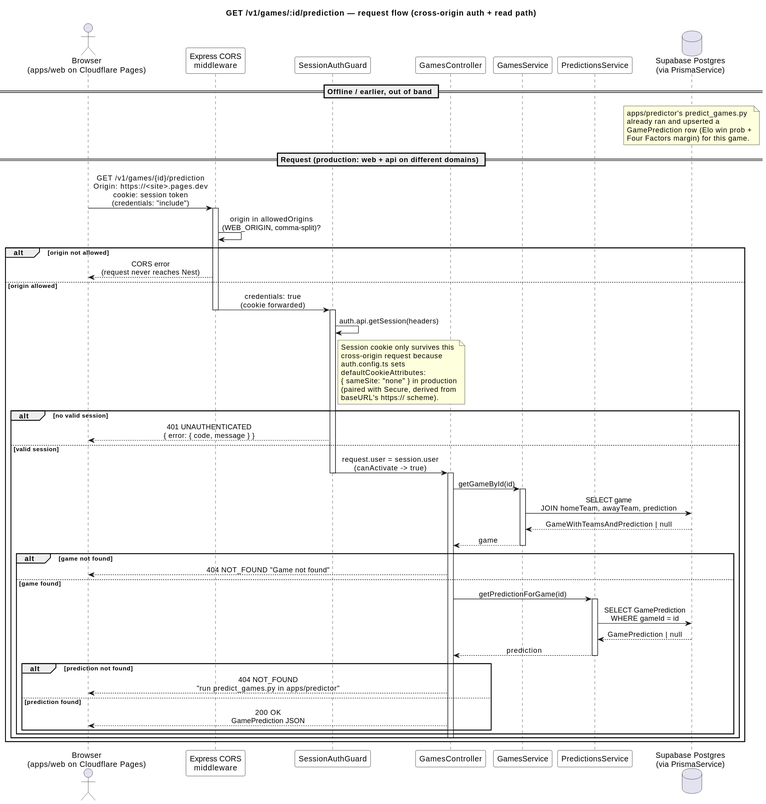
Sports-Analytics-Innovation-Platform/Innovation-Documentation-Website keeps this PlantUML diagram as docs/design/diagrams/sequence-game-prediction.svg. Above is the earlier version.
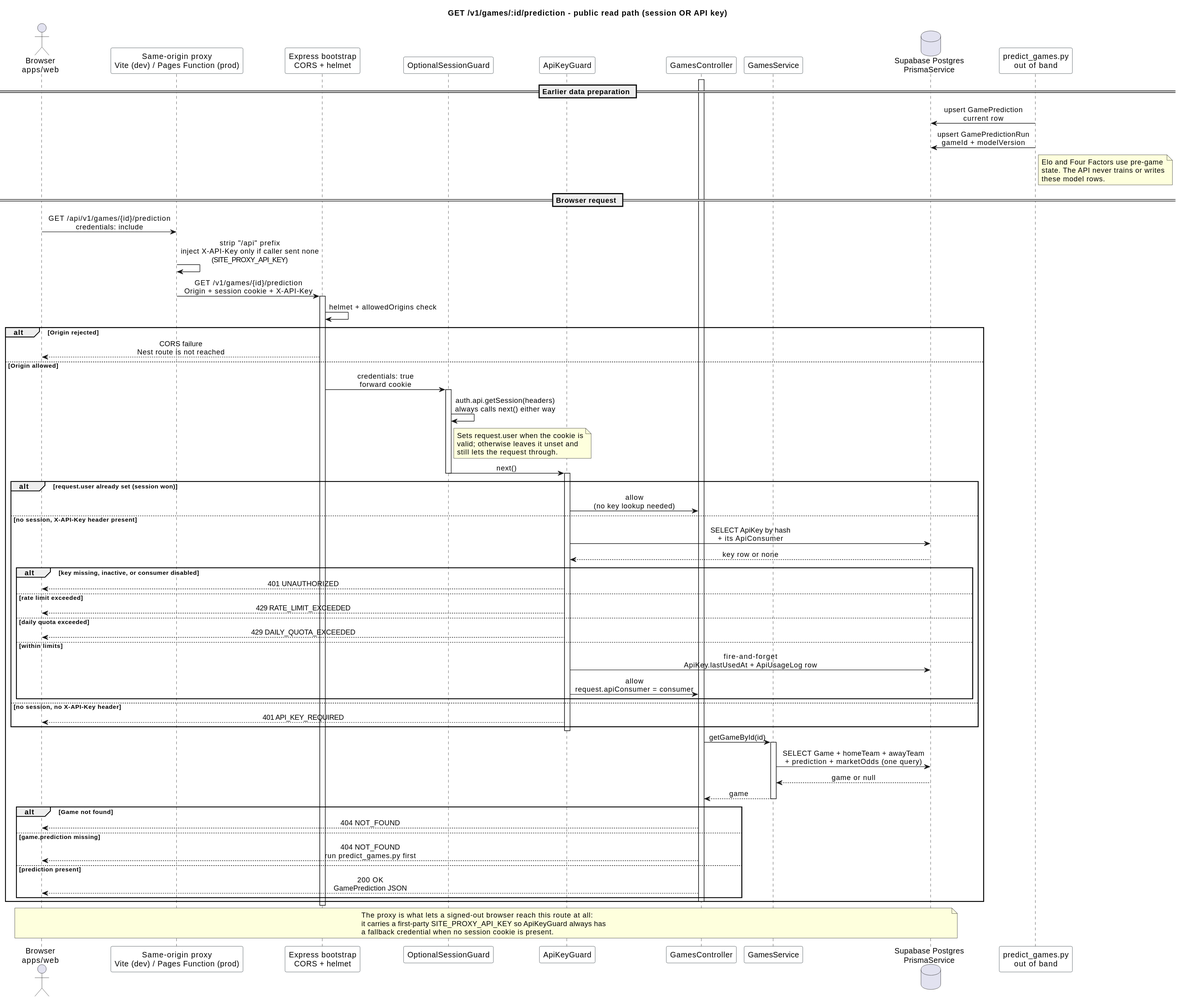
Above is the later version.

Diff of the diagram source:
```diff
@@ -1,82 +1,93 @@
 @startuml
-title GET /v1/games/:id/prediction — request flow (cross-origin auth + read path)
+title GET /v1/games/:id/prediction - public read path (session OR API key)
 
 skinparam shadowing false
 skinparam sequenceMessageAlign center
+skinparam responseMessageBelowArrow true
 skinparam participant {
   BackgroundColor White
-  BorderColor Black
+  BorderColor #263238
 }
 
-actor "Browser\n(apps/web on Cloudflare Pages)" as Browser
-participant "Express CORS\nmiddleware" as Cors
-participant "SessionAuthGuard" as Guard
+actor "Browser\napps/web" as Browser
+participant "Same-origin proxy\nVite (dev) / Pages Function (prod)" as Proxy
+participant "Express bootstrap\nCORS + helmet" as Express
+participant "OptionalSessionGuard" as OptSession
+participant "ApiKeyGuard" as ApiKeyGuard
 participant "GamesController" as Controller
-participant "GamesService" as GamesSvc
-participant "PredictionsService" as PredSvc
-database "Supabase Postgres\n(via PrismaService)" as DB
+participant "GamesService" as Games
+database "Supabase Postgres\nPrismaService" as DB
+participant "predict_games.py\nout of band" as Predictor
 
-== Offline / earlier, out of band ==
-note over DB
-  apps/predictor's predict_games.py
-  already ran and upserted a
-  GamePrediction row (Elo win prob +
-  Four Factors margin) for this game.
+== Earlier data preparation ==
+Predictor -> DB : upsert GamePrediction\ncurrent row
+Predictor -> DB : upsert GamePredictionRun\ngameId + modelVersion
+note right of Predictor
+  Elo and Four Factors use pre-game
+  state. The API never trains or writes
+  these model rows.
 end note
 
-== Request (production: web + api on different domains) ==
-Browser -> Cors : GET /v1/games/{id}/prediction\nOrigin: https://<site>.pages.dev\ncookie: session token\n(credentials: "include")
-activate Cors
-Cors -> Cors : origin in allowedOrigins\n(WEB_ORIGIN, comma-split)?
+== Browser request ==
+Browser -> Proxy : GET /api/v1/games/{id}/prediction\ncredentials: include
+Proxy -> Proxy : strip "/api" prefix\ninject X-API-Key only if caller sent none\n(SITE_PROXY_API_KEY)
+Proxy -> Express : GET /v1/games/{id}/prediction\nOrigin + session cookie + X-API-Key
+activate Express
+Express -> Express : helmet + allowedOrigins check
+alt Origin rejected
+  Express --> Browser : CORS failure\nNest route is not reached
+else Origin allowed
+  Express -> OptSession : credentials: true\nforward cookie
+  activate OptSession
+  OptSession -> OptSession : auth.api.getSession(headers)\nalways calls next() either way
+  note right of OptSession
+    Sets request.user when the cookie is
+    valid; otherwise leaves it unset and
+    still lets the request through.
+  end note
+  OptSession -> ApiKeyGuard : next()
+  deactivate OptSession
+  activate ApiKeyGuard
+  alt request.user already set (session won)
+    ApiKeyGuard -> Controller : allow\n(no key lookup needed)
+  else no session, X-API-Key header present
+    ApiKeyGuard -> DB : SELECT ApiKey by hash\n+ its ApiConsumer
+    DB --> ApiKeyGuard : key row or none
+    alt key missing, inactive, or consumer disabled
+      ApiKeyGuard --> Browser : 401 UNAUTHORIZED
+    else rate limit exceeded
+      ApiKeyGuard --> Browser : 429 RATE_LIMIT_EXCEEDED
+    else daily quota exceeded
+      ApiKeyGuard --> Browser : 429 DAILY_QUOTA_EXCEEDED
+    else within limits
+      ApiKeyGuard -> DB : fire-and-forget\nApiKey.lastUsedAt + ApiUsageLog row
+      ApiKeyGuard -> Controller : allow\nrequest.apiConsumer = consumer
+    end
+  else no session, no X-API-Key header
+    ApiKeyGuard --> Browser : 401 API_KEY_REQUIRED
+  end
+  deactivate ApiKeyGuard
+  activate Controller
+  Controller -> Games : getGameById(id)
+  activate Games
+  Games -> DB : SELECT Game + homeTeam + awayTeam\n+ prediction + marketOdds (one query)
+  DB --> Games : game or null
+  Games --> Controller : game
+  deactivate Games
+  alt Game not found
+    Controller --> Browser : 404 NOT_FOUND
+  else game.prediction missing
+    Controller --> Browser : 404 NOT_FOUND\nrun predict_games.py first
+  else prediction present
+    Controller --> Browser : 200 OK\nGamePrediction JSON
+  end
+  deactivate Controller
+end
+deactivate Express
 
-alt origin not allowed
-  Cors --> Browser : CORS error\n(request never reaches Nest)
-else origin allowed
-  Cors -> Guard : credentials: true\n(cookie forwarded)
-  deactivate Cors
-  activate Guard
-  Guard -> Guard : auth.api.getSession(headers)
-  note right of Guard
-    Session cookie only survives this
-    cross-origin request because
-    auth.config.ts sets
-    defaultCookieAttributes:
-    { sameSite: "none" } in production
-    (paired with Secure, derived from
-    baseURL's https:// scheme).
-  end note
-
-  alt no valid session
-    Guard --> Browser : 401 UNAUTHENTICATED\n{ error: { code, message } }
-  else valid session
-    Guard -> Controller : request.user = session.user\n(canActivate -> true)
-    deactivate Guard
-    activate Controller
-
-    Controller -> GamesSvc : getGameById(id)
-    activate GamesSvc
-    GamesSvc -> DB : SELECT game\nJOIN homeTeam, awayTeam, prediction
-    DB --> GamesSvc : GameWithTeamsAndPrediction | null
-    GamesSvc --> Controller : game
-    deactivate GamesSvc
-
-    alt game not found
-      Controller --> Browser : 404 NOT_FOUND "Game not found"
-    else game found
-      Controller -> PredSvc : getPredictionForGame(id)
-      activate PredSvc
-      PredSvc -> DB : SELECT GamePrediction\nWHERE gameId = id
-      DB --> PredSvc : GamePrediction | null
-      PredSvc --> Controller : prediction
-      deactivate PredSvc
-
-      alt prediction not found
-        Controller --> Browser : 404 NOT_FOUND\n"run predict_games.py in apps/predictor"
-      else prediction found
-        Controller --> Browser : 200 OK\nGamePrediction JSON
-      end
-    end
-    deactivate Controller
-  end
-end
+note over Browser, DB
+  The proxy is what lets a signed-out browser reach this route at all:
+  it carries a first-party SITE_PROXY_API_KEY so ApiKeyGuard always has
+  a fallback credential when no session cookie is present.
+end note
 @enduml
```
